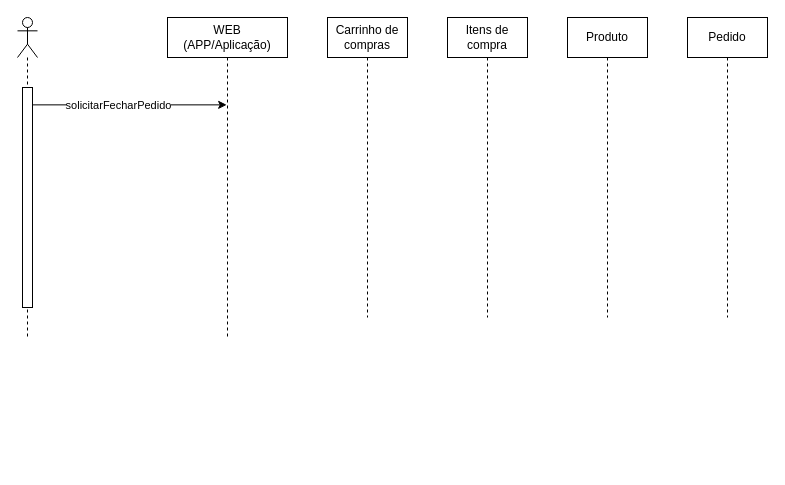
Above: diagramadesequencia2.drawio in LukaPaganoti/TCC-CEEP (draw.io), before the change. Source tidied: cells renumbered, new cells numbered last; positions are measured from the earlier drawing's top-left corner, leaving out a move shared by most shapes. Both pictures are drawn from the tidied source at 100%, with x=0, y=0 at pixel (17, 17).
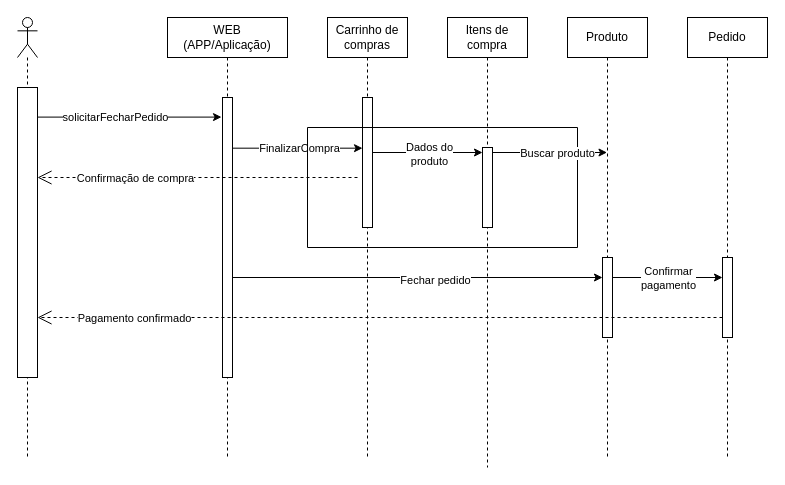
The same diagram, later.

What changed in the source:
```diff
@@
+    <mxCell id="4" value="WEB (APP/Aplicação)" style="shape=umlLifeline;perimeter=lifelinePerimeter;whiteSpace=wrap;html=1;outlineConnect=0;portConstraint=eastwest;newEdgeStyle={&quot;edgeStyle&quot;:&quot;elbowEdgeStyle&quot;,&quot;elbow&quot;:&quot;vertical&quot;,&quot;curved&quot;:0,&quot;rounded&quot;:0};" parent="1" vertex="1">
+      <mxGeometry x="150" width="120" height="440" as="geometry" />
+    </mxCell>
+    <mxCell id="11" style="html=1;points=[[0,0,0,0,5],[0,1,0,0,-5],[1,0,0,0,5],[1,1,0,0,-5]];perimeter=orthogonalPerimeter;outlineConnect=0;targetShapes=umlLifeline;portConstraint=eastwest;newEdgeStyle={&quot;curved&quot;:0,&quot;rounded&quot;:0};" parent="4" vertex="1">
+      <mxGeometry x="55" y="80" width="10" height="280" as="geometry" />
+    </mxCell>
-    <mxCell id="2" style="endArrow=classic;html=1;rounded=0;entryX=0.493;entryY=0.273;entryDx=0;entryDy=0;entryPerimeter=0;" parent="1" edge="1" source="7" target="4">
+    <mxCell id="2" style="endArrow=classic;html=1;rounded=0;entryX=-0.1;entryY=0.07;entryDx=0;entryDy=0;entryPerimeter=0;" parent="1" edge="1" source="7" target="11">
       <mxGeometry relative="1" as="geometry" />
     </mxCell>
@@
-    <mxCell id="4" value="WEB (APP/Aplicação)" style="shape=umlLifeline;perimeter=lifelinePerimeter;whiteSpace=wrap;html=1;outlineConnect=0;portConstraint=eastwest;newEdgeStyle={&quot;edgeStyle&quot;:&quot;elbowEdgeStyle&quot;,&quot;elbow&quot;:&quot;vertical&quot;,&quot;curved&quot;:0,&quot;rounded&quot;:0};" parent="1" vertex="1">
-      <mxGeometry x="150" width="120" height="320" as="geometry" />
-    </mxCell>
     <mxCell id="5" value="Carrinho de compras" style="shape=umlLifeline;perimeter=lifelinePerimeter;whiteSpace=wrap;html=1;newEdgeStyle={&quot;edgeStyle&quot;:&quot;elbowEdgeStyle&quot;,&quot;elbow&quot;:&quot;vertical&quot;,&quot;curved&quot;:0,&quot;rounded&quot;:0};" parent="1" vertex="1">
-      <mxGeometry x="310" width="80" height="300" as="geometry" />
+      <mxGeometry x="310" width="80" height="440" as="geometry" />
     </mxCell>
+    <mxCell id="12" style="html=1;points=[[0,0,0,0,5],[0,1,0,0,-5],[1,0,0,0,5],[1,1,0,0,-5]];perimeter=orthogonalPerimeter;outlineConnect=0;targetShapes=umlLifeline;portConstraint=eastwest;newEdgeStyle={&quot;curved&quot;:0,&quot;rounded&quot;:0};" parent="5" vertex="1">
+      <mxGeometry x="35" y="80" width="10" height="130" as="geometry" />
+    </mxCell>
     <mxCell id="6" value="Produto" style="shape=umlLifeline;perimeter=lifelinePerimeter;whiteSpace=wrap;html=1;outlineConnect=0;portConstraint=eastwest;newEdgeStyle={&quot;curved&quot;:0,&quot;rounded&quot;:0};" parent="1" vertex="1">
-      <mxGeometry x="550" width="80" height="300" as="geometry" />
+      <mxGeometry x="550" width="80" height="440" as="geometry" />
     </mxCell>
+    <mxCell id="13" style="html=1;points=[[0,0,0,0,5],[0,1,0,0,-5],[1,0,0,0,5],[1,1,0,0,-5]];perimeter=orthogonalPerimeter;outlineConnect=0;targetShapes=umlLifeline;portConstraint=eastwest;newEdgeStyle={&quot;curved&quot;:0,&quot;rounded&quot;:0};" parent="6" vertex="1">
+      <mxGeometry x="35" y="240" width="10" height="80" as="geometry" />
+    </mxCell>
     <mxCell id="7" style="shape=umlLifeline;perimeter=lifelinePerimeter;whiteSpace=wrap;html=1;outlineConnect=0;portConstraint=eastwest;newEdgeStyle={&quot;curved&quot;:0,&quot;rounded&quot;:0};participant=umlActor;" parent="1" vertex="1">
-      <mxGeometry width="20" height="320" as="geometry" />
+      <mxGeometry width="20" height="440" as="geometry" />
     </mxCell>
     <mxCell id="8" style="html=1;points=[[0,0,0,0,5],[0,1,0,0,-5],[1,0,0,0,5],[1,1,0,0,-5]];perimeter=orthogonalPerimeter;outlineConnect=0;targetShapes=umlLifeline;portConstraint=eastwest;newEdgeStyle={&quot;curved&quot;:0,&quot;rounded&quot;:0};" parent="7" vertex="1">
-      <mxGeometry x="5" y="70" width="10" height="220" as="geometry" />
+      <mxGeometry y="70" width="20" height="290" as="geometry" />
     </mxCell>
     <mxCell id="9" value="Itens de compra" style="shape=umlLifeline;perimeter=lifelinePerimeter;whiteSpace=wrap;html=1;newEdgeStyle={&quot;curved&quot;:0,&quot;rounded&quot;:0};" parent="1" vertex="1">
-      <mxGeometry x="430" width="80" height="300" as="geometry" />
+      <mxGeometry x="430" width="80" height="450" as="geometry" />
     </mxCell>
     <mxCell id="10" value="Pedido" style="shape=umlLifeline;perimeter=lifelinePerimeter;whiteSpace=wrap;html=1;newEdgeStyle={&quot;curved&quot;:0,&quot;rounded&quot;:0};" parent="1" vertex="1">
-      <mxGeometry x="670" width="80" height="300" as="geometry" />
+      <mxGeometry x="670" width="80" height="440" as="geometry" />
     </mxCell>
+    <mxCell id="14" style="html=1;points=[[0,0,0,0,5],[0,1,0,0,-5],[1,0,0,0,5],[1,1,0,0,-5]];perimeter=orthogonalPerimeter;outlineConnect=0;targetShapes=umlLifeline;portConstraint=eastwest;newEdgeStyle={&quot;curved&quot;:0,&quot;rounded&quot;:0};" parent="10" vertex="1">
+      <mxGeometry x="35" y="240" width="10" height="80" as="geometry" />
+    </mxCell>
+    <mxCell id="15" style="endArrow=classic;html=1;rounded=0;exitX=0.542;exitY=0.297;exitDx=0;exitDy=0;exitPerimeter=0;" parent="1" edge="1" source="4" target="12">
+      <mxGeometry relative="1" as="geometry" />
+    </mxCell>
+    <mxCell id="16" value="FinalizarCompra" style="edgeLabel;html=1;align=center;verticalAlign=middle;" parent="15" vertex="1">
+      <mxGeometry x="-0.35" relative="1" as="geometry">
+        <mxPoint x="24" as="offset" />
+      </mxGeometry>
+    </mxCell>
+    <mxCell id="17" style="swimlane;startSize=0;" parent="1" vertex="1">
+      <mxGeometry x="290" y="110" width="270" height="120" as="geometry" />
+    </mxCell>
+    <mxCell id="18" style="html=1;points=[[0,0,0,0,5],[0,1,0,0,-5],[1,0,0,0,5],[1,1,0,0,-5]];perimeter=orthogonalPerimeter;outlineConnect=0;targetShapes=umlLifeline;portConstraint=eastwest;newEdgeStyle={&quot;curved&quot;:0,&quot;rounded&quot;:0};" parent="17" vertex="1">
+      <mxGeometry x="175" y="20" width="10" height="80" as="geometry" />
+    </mxCell>
+    <mxCell id="19" style="endArrow=classic;html=1;rounded=0;entryX=0;entryY=0;entryDx=0;entryDy=5;entryPerimeter=0;" parent="1" edge="1" source="12" target="18">
+      <mxGeometry relative="1" as="geometry" />
+    </mxCell>
+    <mxCell id="20" value="&lt;div&gt;Dados do &lt;br&gt;&lt;/div&gt;&lt;div&gt;produto&lt;br&gt;&lt;/div&gt;" style="edgeLabel;html=1;align=center;verticalAlign=middle;" parent="19" vertex="1">
+      <mxGeometry x="0.02" y="-1" relative="1" as="geometry" />
+    </mxCell>
+    <mxCell id="21" style="endArrow=open;dashed=1;endFill=0;endSize=12;html=1;rounded=0;" parent="1" edge="1">
+      <mxGeometry relative="1" as="geometry">
+        <mxPoint x="340" y="160" as="sourcePoint" />
+        <mxPoint x="20" y="160" as="targetPoint" />
+      </mxGeometry>
+    </mxCell>
+    <mxCell id="22" value="Confirmação de compra" style="edgeLabel;html=1;align=center;verticalAlign=middle;" parent="21" vertex="1">
+      <mxGeometry x="0.56" y="4" relative="1" as="geometry">
+        <mxPoint x="27" y="-4" as="offset" />
+      </mxGeometry>
+    </mxCell>
+    <mxCell id="23" style="endArrow=classic;html=1;rounded=0;exitX=1;exitY=0;exitDx=0;exitDy=5;exitPerimeter=0;" parent="1" edge="1" source="18" target="6">
+      <mxGeometry relative="1" as="geometry" />
+    </mxCell>
+    <mxCell id="24" value="Buscar produto" style="edgeLabel;html=1;align=center;verticalAlign=middle;" parent="23" vertex="1">
+      <mxGeometry x="0.12" relative="1" as="geometry" />
+    </mxCell>
+    <mxCell id="25" style="endArrow=classic;html=1;rounded=0;" parent="1" edge="1" source="11" target="13">
+      <mxGeometry relative="1" as="geometry">
+        <Array as="points">
+          <mxPoint x="400" y="260" />
+        </Array>
+      </mxGeometry>
+    </mxCell>
+    <mxCell id="26" value="Fechar pedido" style="edgeLabel;html=1;align=center;verticalAlign=middle;" parent="25" vertex="1">
+      <mxGeometry x="0.09" y="-2" relative="1" as="geometry" />
+    </mxCell>
+    <mxCell id="27" style="endArrow=classic;html=1;rounded=0;" parent="1" edge="1" source="13" target="14">
+      <mxGeometry relative="1" as="geometry">
+        <Array as="points">
+          <mxPoint x="650" y="260" />
+        </Array>
+      </mxGeometry>
+    </mxCell>
+    <mxCell id="28" value="&lt;div&gt;Confirmar &lt;br&gt;&lt;/div&gt;&lt;div&gt;pagamento&lt;br&gt;&lt;/div&gt;" style="edgeLabel;html=1;align=center;verticalAlign=middle;" parent="27" vertex="1">
+      <mxGeometry x="-0.22" y="-4" relative="1" as="geometry">
+        <mxPoint x="12" y="-4" as="offset" />
+      </mxGeometry>
+    </mxCell>
+    <mxCell id="29" style="endArrow=open;dashed=1;endFill=0;endSize=12;html=1;rounded=0;" parent="1" edge="1" source="14" target="8">
+      <mxGeometry relative="1" as="geometry">
+        <Array as="points">
+          <mxPoint x="380" y="300" />
+        </Array>
+      </mxGeometry>
+    </mxCell>
+    <mxCell id="30" value="Pagamento confirmado" style="edgeLabel;html=1;align=center;verticalAlign=middle;" parent="29" vertex="1">
+      <mxGeometry x="0.72" y="1" relative="1" as="geometry">
+        <mxPoint y="-1" as="offset" />
+      </mxGeometry>
+    </mxCell>
```
